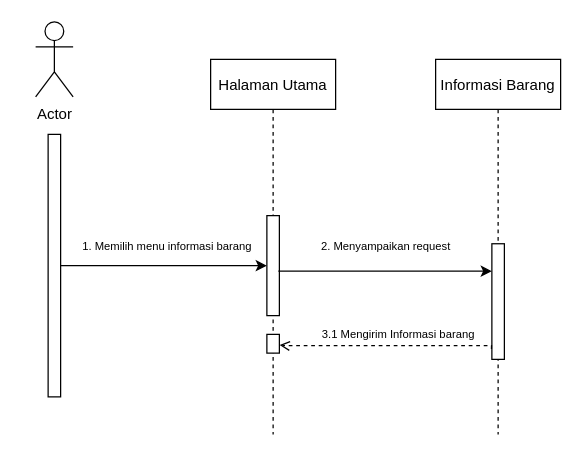
The draw.io diagram page "Melihat Informasi Barang" (1 of 4) of SEQUENCE DIAGRAM.drawio in aliance22/Kelompok-3-ADPL-PPL, before the edit. Source tidied: cells renumbered, new cells numbered last; positions are measured from the earlier drawing's top-left corner, leaving out a move shared by most shapes. Both pictures are drawn from the tidied source at 125%, with x=0, y=0 at pixel (35, 21).
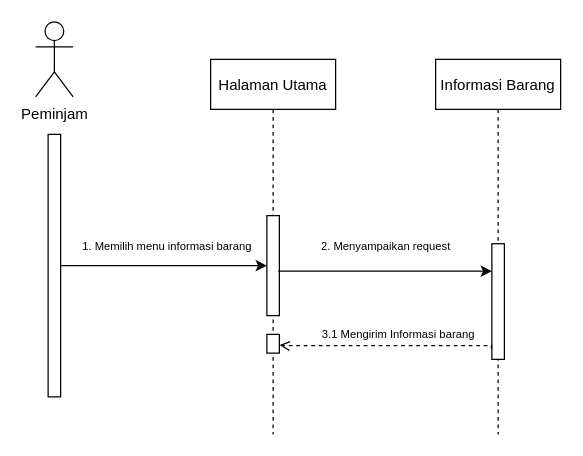
The same page after the edit.

Change to the diagram source:
```diff
@@
 <mxGraphModel>
   <root>
     <mxCell id="0" />
     <mxCell id="1" parent="0" />
     <mxCell id="2" value="Halaman Utama" style="shape=umlLifeline;perimeter=lifelinePerimeter;rounded=0;shadow=0;strokeWidth=1;" parent="1" vertex="1">
       <mxGeometry x="140" y="30" width="100" height="300" as="geometry" />
     </mxCell>
     <mxCell id="3" style="html=1;points=[];perimeter=orthogonalPerimeter;" parent="2" vertex="1">
       <mxGeometry x="45" y="125" width="10" height="80" as="geometry" />
     </mxCell>
     <mxCell id="4" style="html=1;points=[];perimeter=orthogonalPerimeter;" parent="2" vertex="1">
       <mxGeometry x="45" y="220" width="10" height="15" as="geometry" />
     </mxCell>
     <mxCell id="5" value="Informasi Barang" style="shape=umlLifeline;perimeter=lifelinePerimeter;rounded=0;shadow=0;strokeWidth=1;" parent="1" vertex="1">
       <mxGeometry x="320" y="30" width="100" height="300" as="geometry" />
     </mxCell>
     <mxCell id="6" style="html=1;points=[];perimeter=orthogonalPerimeter;" parent="5" vertex="1">
       <mxGeometry x="45" y="147.5" width="10" height="92.5" as="geometry" />
     </mxCell>
-    <mxCell id="7" value="Actor" style="shape=umlActor;verticalLabelPosition=bottom;verticalAlign=top;html=1;" parent="1" vertex="1">
+    <mxCell id="7" value="Peminjam" style="shape=umlActor;verticalLabelPosition=bottom;verticalAlign=top;html=1;" parent="1" vertex="1">
       <mxGeometry width="30" height="60" as="geometry" />
     </mxCell>
     <mxCell id="8" style="edgeStyle=orthogonalEdgeStyle;rounded=0;jettySize=auto;html=1;" parent="1" edge="1" source="9" target="3">
       <mxGeometry relative="1" as="geometry" />
     </mxCell>
     <mxCell id="9" style="html=1;points=[];perimeter=orthogonalPerimeter;" parent="1" vertex="1">
       <mxGeometry x="10" y="90" width="10" height="210" as="geometry" />
     </mxCell>
     <mxCell id="10" style="endArrow=classic;html=1;rounded=0;exitX=0.919;exitY=0.555;exitDx=0;exitDy=0;exitPerimeter=0;" parent="1" edge="1" source="3" target="6">
       <mxGeometry relative="1" as="geometry" />
     </mxCell>
     <mxCell id="11" style="edgeStyle=orthogonalEdgeStyle;rounded=0;jettySize=auto;html=1;entryX=1.02;entryY=0.569;entryDx=0;entryDy=0;entryPerimeter=0;dashed=1;endArrow=open;endFill=0;exitX=-0.033;exitY=0.911;exitDx=0;exitDy=0;exitPerimeter=0;" parent="1" edge="1" source="6" target="4">
       <mxGeometry relative="1" as="geometry">
         <Array as="points">
           <mxPoint x="365" y="259" />
           <mxPoint x="200" y="259" />
         </Array>
       </mxGeometry>
     </mxCell>
     <mxCell id="12" value="1. Memilih menu informasi barang" style="text;html=1;align=center;verticalAlign=middle;strokeColor=none;fillColor=none;strokeWidth=1;fontSize=9;" parent="1" vertex="1">
       <mxGeometry x="25" y="170" width="160" height="20" as="geometry" />
     </mxCell>
     <mxCell id="13" value="2. Menyampaikan request" style="text;html=1;align=center;verticalAlign=middle;strokeColor=none;fillColor=none;strokeWidth=1;fontSize=9;" parent="1" vertex="1">
       <mxGeometry x="215" y="170" width="130" height="20" as="geometry" />
     </mxCell>
     <mxCell id="14" value="3.1 Mengirim Informasi barang" style="text;html=1;align=center;verticalAlign=middle;strokeColor=none;fillColor=none;strokeWidth=1;fontSize=9;" parent="1" vertex="1">
       <mxGeometry x="215" y="240" width="150" height="20" as="geometry" />
     </mxCell>
   </root>
 </mxGraphModel>
```
